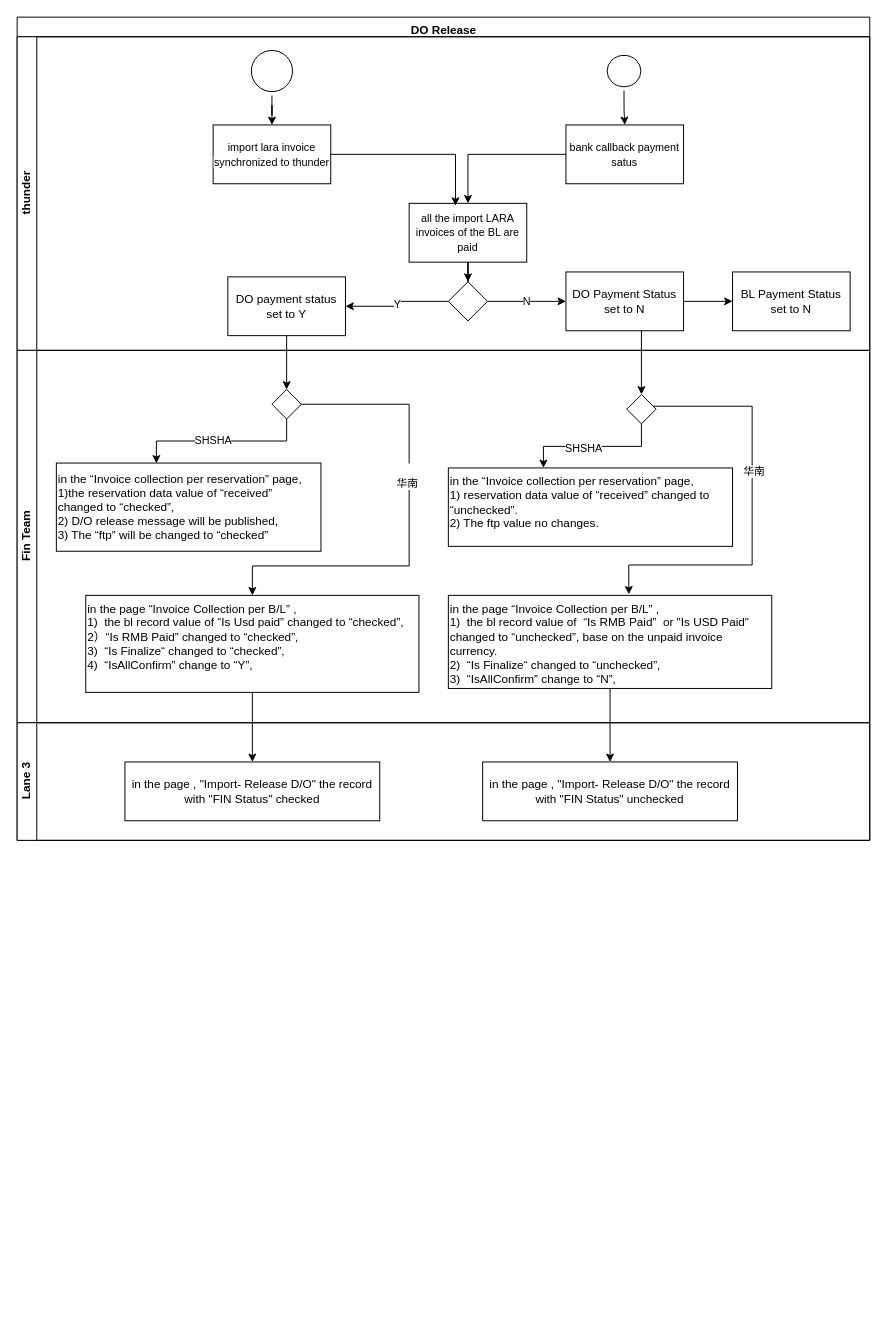
Earlier version of the draw.io diagram do release.drawio (yi2003/diagram). Source tidied: cells renumbered, new cells numbered last; positions are measured from the earlier drawing's top-left corner, leaving out a move shared by most shapes. Both pictures are drawn from the tidied source at 98%, with x=0, y=0 at pixel (17, 17).
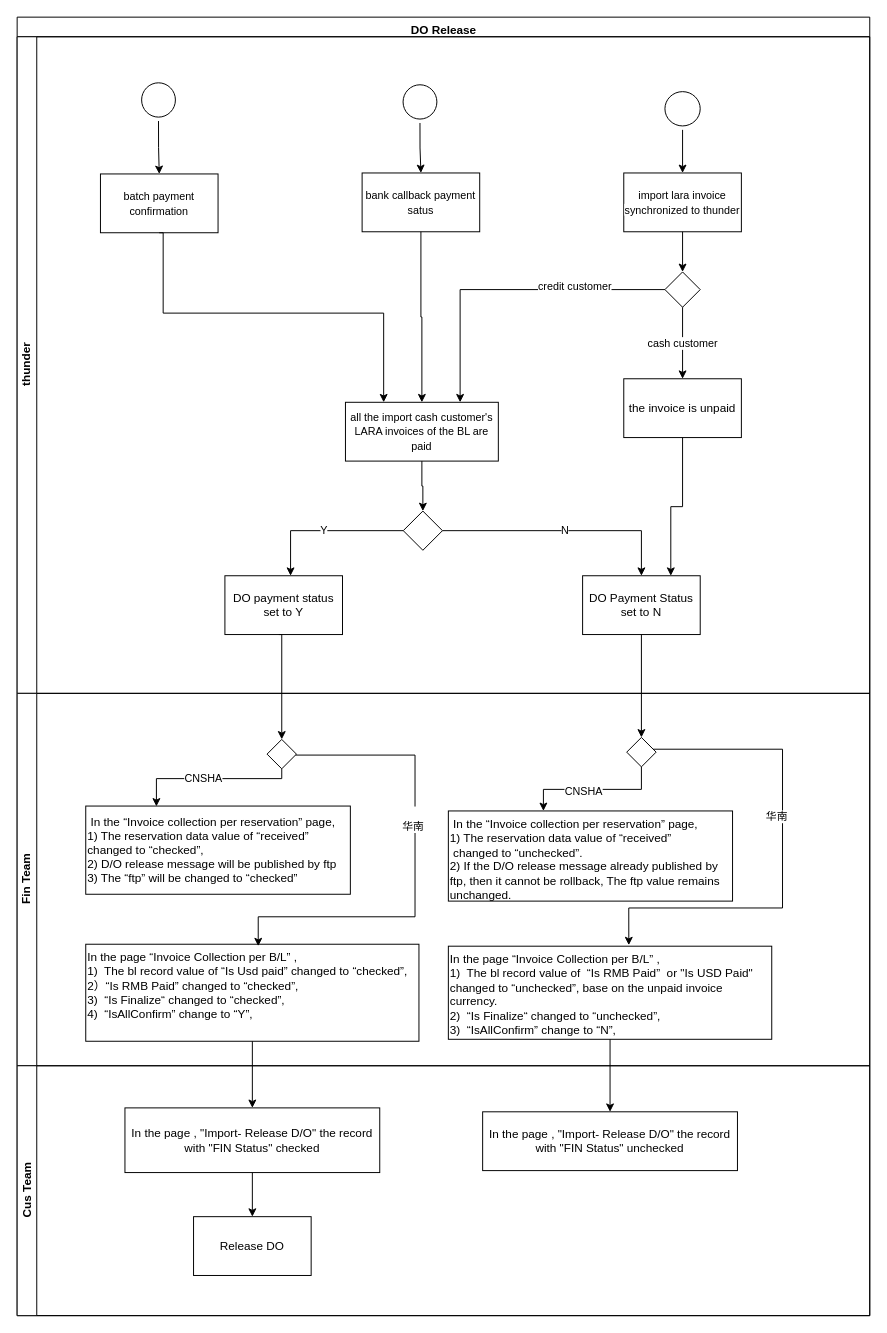
The same diagram, later.

Unchanged cells that the change refers to:
```xml
<mxCell id="29" style="edgeStyle=orthogonalEdgeStyle;rounded=0;jettySize=auto;html=1;fontColor=none;" parent="21" edge="1" source="33" target="23">
  <mxGeometry relative="1" as="geometry">
    <Array as="points">
      <mxPoint x="637" y="98" />
      <mxPoint x="537" y="98" />
    </Array>
  </mxGeometry>
</mxCell>
<mxCell id="33" style="rhombus;whiteSpace=wrap;html=1;fillColor=none;strokeColor=default;fontColor=none;" parent="21" vertex="1">
  <mxGeometry x="622" y="45" width="30" height="30" as="geometry" />
</mxCell>
```

Change to the diagram source:
```diff
@@
     <mxCell id="2" value="DO Release" style="swimlane;horizontal=1;startSize=20;html=1;align=center;verticalAlign=top;" parent="1" vertex="1">
-      <mxGeometry width="870" height="840" as="geometry" />
+      <mxGeometry width="870" height="1325" as="geometry" />
     </mxCell>
     <mxCell id="3" value="thunder" style="swimlane;startSize=20;horizontal=0;html=1;" parent="2" vertex="1">
-      <mxGeometry y="20" width="870" height="320" as="geometry" />
+      <mxGeometry y="20" width="870" height="670" as="geometry" />
     </mxCell>
@@
     <mxCell id="5" style="ellipse;html=1;shape=startState;fillColor=none;strokeColor=default;" parent="3" vertex="1">
-      <mxGeometry x="235" y="10" width="50" height="50" as="geometry" />
+      <mxGeometry x="657" y="52" width="44" height="43" as="geometry" />
     </mxCell>
-    <mxCell id="6" style="edgeStyle=orthogonalEdgeStyle;rounded=0;jettySize=auto;html=1;entryX=0.394;entryY=0.039;entryDx=0;entryDy=0;entryPerimeter=0;" parent="3" edge="1" source="7" target="19">
-      <mxGeometry relative="1" as="geometry" />
-    </mxCell>
+    <mxCell id="42" style="edgeStyle=orthogonalEdgeStyle;rounded=0;jettySize=auto;html=1;" parent="3" edge="1" source="7" target="47">
+      <mxGeometry relative="1" as="geometry" />
+    </mxCell>
     <mxCell id="7" value="&lt;span style=&quot;font-size: 11px; background-color: rgb(255, 255, 255);&quot;&gt;import lara invoice synchronized to thunder&lt;/span&gt;" style="whiteSpace=wrap;html=1;fillColor=none;strokeColor=default;" parent="3" vertex="1">
-      <mxGeometry x="200" y="90" width="120" height="60" as="geometry" />
+      <mxGeometry x="619" y="139" width="120" height="60" as="geometry" />
     </mxCell>
     <mxCell id="8" value="Y" style="edgeStyle=orthogonalEdgeStyle;rounded=0;jettySize=auto;html=1;" parent="3" edge="1" source="10" target="11">
-      <mxGeometry relative="1" as="geometry" />
+      <mxGeometry relative="1" as="geometry">
+        <Array as="points">
+          <mxPoint x="279" y="504" />
+        </Array>
+      </mxGeometry>
     </mxCell>
@@
     <mxCell id="10" style="rhombus;whiteSpace=wrap;html=1;fillColor=none;strokeColor=default;" parent="3" vertex="1">
-      <mxGeometry x="440" y="250" width="40" height="40" as="geometry" />
+      <mxGeometry x="394" y="484" width="40" height="40" as="geometry" />
     </mxCell>
     <mxCell id="11" value="DO payment status set to Y" style="whiteSpace=wrap;html=1;fillColor=none;strokeColor=default;" parent="3" vertex="1">
-      <mxGeometry x="215" y="245" width="120" height="60" as="geometry" />
+      <mxGeometry x="212" y="550" width="120" height="60" as="geometry" />
     </mxCell>
-    <mxCell id="12" style="edgeStyle=orthogonalEdgeStyle;rounded=0;jettySize=auto;html=1;fontColor=none;" parent="3" edge="1" source="13" target="20">
-      <mxGeometry relative="1" as="geometry" />
-    </mxCell>
     <mxCell id="13" value="DO Payment Status set to N" style="whiteSpace=wrap;html=1;fillColor=none;strokeColor=default;" parent="3" vertex="1">
-      <mxGeometry x="560" y="240" width="120" height="60" as="geometry" />
+      <mxGeometry x="577" y="550" width="120" height="60" as="geometry" />
     </mxCell>
-    <mxCell id="14" style="edgeStyle=orthogonalEdgeStyle;rounded=0;jettySize=auto;html=1;fontColor=none;" parent="3" edge="1" source="15" target="19">
-      <mxGeometry relative="1" as="geometry" />
-    </mxCell>
+    <mxCell id="43" style="edgeStyle=orthogonalEdgeStyle;rounded=0;jettySize=auto;html=1;entryX=0.5;entryY=0;entryDx=0;entryDy=0;" parent="3" edge="1" source="15" target="51">
+      <mxGeometry relative="1" as="geometry" />
+    </mxCell>
     <mxCell id="15" value="&lt;span style=&quot;font-size: 11px; background-color: rgb(255, 255, 255);&quot;&gt;bank callback payment satus&lt;/span&gt;" style="whiteSpace=wrap;html=1;fillColor=none;strokeColor=default;" parent="3" vertex="1">
-      <mxGeometry x="560" y="90" width="120" height="60" as="geometry" />
+      <mxGeometry x="352" y="139" width="120" height="60" as="geometry" />
     </mxCell>
@@
     <mxCell id="17" style="ellipse;html=1;shape=startState;fillColor=none;strokeColor=default;fontColor=none;noLabel=1;" parent="3" vertex="1">
-      <mxGeometry x="598" y="15" width="42.5" height="40" as="geometry" />
+      <mxGeometry x="389.8" y="45" width="42.5" height="43" as="geometry" />
     </mxCell>
-    <mxCell id="18" style="edgeStyle=orthogonalEdgeStyle;rounded=0;jettySize=auto;html=1;entryX=0.5;entryY=0;entryDx=0;entryDy=0;fontColor=none;" parent="3" edge="1" source="19" target="10">
-      <mxGeometry relative="1" as="geometry" />
-    </mxCell>
-    <mxCell id="19" value="&lt;span style=&quot;font-size: 11px; background-color: rgb(255, 255, 255);&quot;&gt;all the import LARA invoices of the BL are paid&lt;/span&gt;" style="rounded=0;whiteSpace=wrap;html=1;strokeColor=default;fontColor=none;fillColor=none;" parent="3" vertex="1">
-      <mxGeometry x="400" y="170" width="120" height="60" as="geometry" />
-    </mxCell>
-    <mxCell id="20" value="BL Payment Status set to N" style="whiteSpace=wrap;html=1;fillColor=none;strokeColor=default;" parent="3" vertex="1">
-      <mxGeometry x="730" y="240" width="120" height="60" as="geometry" />
-    </mxCell>
+    <mxCell id="44" value="cash customer" style="edgeStyle=orthogonalEdgeStyle;rounded=0;jettySize=auto;html=1;" parent="3" edge="1" source="47" target="49">
+      <mxGeometry relative="1" as="geometry" />
+    </mxCell>
+    <mxCell id="45" style="edgeStyle=orthogonalEdgeStyle;rounded=0;jettySize=auto;html=1;entryX=0.75;entryY=0;entryDx=0;entryDy=0;" parent="3" edge="1" source="47" target="51">
+      <mxGeometry relative="1" as="geometry" />
+    </mxCell>
+    <mxCell id="46" value="credit customer" style="edgeLabel;html=1;align=center;verticalAlign=middle;" parent="45" vertex="1">
+      <mxGeometry x="-0.43" y="-4" relative="1" as="geometry">
+        <mxPoint x="-1" as="offset" />
+      </mxGeometry>
+    </mxCell>
+    <mxCell id="47" style="rhombus;whiteSpace=wrap;html=1;fillColor=none;" parent="3" vertex="1">
+      <mxGeometry x="661" y="240" width="36" height="36" as="geometry" />
+    </mxCell>
+    <mxCell id="48" style="edgeStyle=orthogonalEdgeStyle;rounded=0;jettySize=auto;html=1;entryX=0.75;entryY=0;entryDx=0;entryDy=0;" parent="3" edge="1" source="49" target="13">
+      <mxGeometry relative="1" as="geometry" />
+    </mxCell>
+    <mxCell id="49" value="the invoice is unpaid" style="whiteSpace=wrap;html=1;fillColor=none;" parent="3" vertex="1">
+      <mxGeometry x="619" y="349" width="120" height="60" as="geometry" />
+    </mxCell>
+    <mxCell id="50" style="edgeStyle=orthogonalEdgeStyle;rounded=0;jettySize=auto;html=1;entryX=0.5;entryY=0;entryDx=0;entryDy=0;" parent="3" edge="1" source="51" target="10">
+      <mxGeometry relative="1" as="geometry" />
+    </mxCell>
+    <mxCell id="51" value="&lt;span style=&quot;font-size: 11px;&quot;&gt;all the import cash customer's LARA invoices of the BL are paid&lt;/span&gt;" style="whiteSpace=wrap;html=1;fillColor=none;" parent="3" vertex="1">
+      <mxGeometry x="335" y="373" width="156" height="60" as="geometry" />
+    </mxCell>
+    <mxCell id="52" style="ellipse;html=1;shape=startState;fillColor=none;strokeColor=default;fontColor=none;noLabel=1;" parent="3" vertex="1">
+      <mxGeometry x="123" y="43" width="42.5" height="43" as="geometry" />
+    </mxCell>
     <mxCell id="21" value="Fin Team" style="swimlane;startSize=20;horizontal=0;html=1;" parent="2" vertex="1">
-      <mxGeometry y="340" width="870" height="380" as="geometry" />
+      <mxGeometry y="690" width="870" height="380" as="geometry" />
     </mxCell>
-    <mxCell id="22" value="&lt;span lang=&quot;EN-US&quot;&gt;in the “Invoice collection per reservation” page,&lt;br&gt;1)the reservation data value of “received” changed to “checked”, &lt;br&gt;2) D/O release message will be published, &lt;br&gt;&lt;div style=&quot;&quot;&gt;&lt;span style=&quot;background-color: initial;&quot;&gt;3) The “ftp” will be changed to “&lt;/span&gt;checked&lt;span style=&quot;background-color: initial;&quot;&gt;”&lt;/span&gt;&lt;/div&gt;&lt;/span&gt;" style="whiteSpace=wrap;html=1;fillColor=none;strokeColor=default;align=left;" parent="21" vertex="1">
-      <mxGeometry x="40" y="115" width="270" height="90" as="geometry" />
+    <mxCell id="22" value="&lt;span lang=&quot;EN-US&quot;&gt;&amp;nbsp;In the “Invoice collection per reservation” page,&lt;br&gt;1) The reservation data value of “received” changed to “checked”, &lt;br&gt;2) D/O release message will be published by ftp&lt;br&gt;&lt;div style=&quot;&quot;&gt;&lt;span style=&quot;background-color: initial;&quot;&gt;3) The “ftp” will be changed to “&lt;/span&gt;checked&lt;span style=&quot;background-color: initial;&quot;&gt;”&lt;/span&gt;&lt;/div&gt;&lt;/span&gt;" style="whiteSpace=wrap;html=1;fillColor=none;strokeColor=default;align=left;" parent="21" vertex="1">
+      <mxGeometry x="70" y="115" width="270" height="90" as="geometry" />
     </mxCell>
-    <mxCell id="23" value="&lt;span lang=&quot;EN-US&quot;&gt;in the “Invoice collection per reservation” page,&lt;br&gt;1) reservation data value of “received” changed to&lt;br&gt;“unchecked”.&lt;br&gt;2) The ftp value no changes.&lt;/span&gt;" style="whiteSpace=wrap;html=1;fillColor=none;strokeColor=default;align=left;verticalAlign=top;" parent="21" vertex="1">
-      <mxGeometry x="440" y="120" width="290" height="80" as="geometry" />
+    <mxCell id="23" value="&lt;span lang=&quot;EN-US&quot;&gt;&amp;nbsp;In the “Invoice collection per reservation” page,&lt;br&gt;1) The reservation data value of “received”&lt;br&gt;&amp;nbsp;changed to “unchecked”.&lt;br&gt;2) If the D/O release message already published by ftp, then it cannot be rollback, The ftp value remains unchanged.&lt;/span&gt;" style="whiteSpace=wrap;html=1;fillColor=none;strokeColor=default;align=left;verticalAlign=top;" parent="21" vertex="1">
+      <mxGeometry x="440" y="120" width="290" height="92" as="geometry" />
     </mxCell>
-    <mxCell id="24" style="edgeStyle=orthogonalEdgeStyle;rounded=0;jettySize=auto;html=1;entryX=0.378;entryY=0.004;entryDx=0;entryDy=0;entryPerimeter=0;fontColor=none;" parent="21" edge="1" source="26" target="22">
-      <mxGeometry relative="1" as="geometry" />
+    <mxCell id="24" style="edgeStyle=orthogonalEdgeStyle;rounded=0;orthogonalLoop=1;jettySize=auto;html=1;entryX=0.378;entryY=0.004;entryDx=0;entryDy=0;entryPerimeter=0;fontColor=none;" parent="21" edge="1">
+      <mxGeometry relative="1" as="geometry">
+        <mxPoint x="270" y="77" as="sourcePoint" />
+        <mxPoint x="142.1" y="115.4" as="targetPoint" />
+        <Array as="points">
+          <mxPoint x="270" y="87" />
+          <mxPoint x="142" y="87" />
+        </Array>
+      </mxGeometry>
     </mxCell>
-    <mxCell id="25" value="SHSHA" style="edgeLabel;html=1;align=center;verticalAlign=middle;fontColor=none;" parent="24" vertex="1">
+    <mxCell id="25" value="CNSHA" style="edgeLabel;html=1;align=center;verticalAlign=middle;fontColor=none;" parent="24" vertex="1">
       <mxGeometry x="0.1" y="-1" relative="1" as="geometry" />
     </mxCell>
     <mxCell id="26" style="rhombus;whiteSpace=wrap;html=1;fillColor=none;strokeColor=default;fontColor=none;" parent="21" vertex="1">
-      <mxGeometry x="260" y="40" width="30" height="30" as="geometry" />
+      <mxGeometry x="255" y="47" width="30" height="30" as="geometry" />
     </mxCell>
-    <mxCell id="27" value="&lt;span lang=&quot;EN-US&quot;&gt;in the page “Invoice Collection per B/L” , &lt;br&gt;1)&amp;nbsp; the bl record value of “Is Usd paid” changed to “checked”, &lt;br&gt;2）“Is RMB Paid” changed to “checked”, &lt;br&gt;3)&amp;nbsp; “Is Finalize&lt;/span&gt;&lt;span&gt;“ &lt;span lang=&quot;EN-US&quot;&gt;changed to “checked”,&lt;br&gt;4)&amp;nbsp; “IsAllConfirm” change to “Y”,&lt;/span&gt;&lt;/span&gt;" style="rounded=0;whiteSpace=wrap;html=1;strokeColor=default;fontColor=none;fillColor=none;align=left;verticalAlign=top;" parent="21" vertex="1">
-      <mxGeometry x="70" y="250" width="340" height="99" as="geometry" />
+    <mxCell id="27" value="&lt;span lang=&quot;EN-US&quot;&gt;In the page “Invoice Collection per B/L” , &lt;br&gt;1)&amp;nbsp; The bl record value of “Is Usd paid” changed to “checked”, &lt;br&gt;2）“Is RMB Paid” changed to “checked”, &lt;br&gt;3)&amp;nbsp; “Is Finalize&lt;/span&gt;&lt;span&gt;“ &lt;span lang=&quot;EN-US&quot;&gt;changed to “checked”,&lt;br&gt;4)&amp;nbsp; “IsAllConfirm” change to “Y”,&lt;/span&gt;&lt;/span&gt;" style="rounded=0;whiteSpace=wrap;html=1;strokeColor=default;fontColor=none;fillColor=none;align=left;verticalAlign=top;" parent="21" vertex="1">
+      <mxGeometry x="70" y="256" width="340" height="99" as="geometry" />
     </mxCell>
-    <mxCell id="28" value="&lt;br&gt;&lt;span&gt;华南&lt;/span&gt;&lt;br&gt;" style="edgeStyle=orthogonalEdgeStyle;rounded=0;jettySize=auto;html=1;fontColor=none;entryX=0.5;entryY=0;entryDx=0;entryDy=0;" parent="21" edge="1" source="26" target="27">
+    <mxCell id="28" value="&lt;br&gt;&lt;span&gt;华南&lt;/span&gt;&lt;br&gt;" style="edgeStyle=orthogonalEdgeStyle;rounded=0;orthogonalLoop=1;jettySize=auto;html=1;fontColor=none;entryX=0.5;entryY=0;entryDx=0;entryDy=0;" parent="21" edge="1">
       <mxGeometry x="-0.21" y="-2" relative="1" as="geometry">
+        <mxPoint x="284" y="63" as="sourcePoint" />
+        <mxPoint x="246" y="258" as="targetPoint" />
         <Array as="points">
-          <mxPoint x="400" y="55" />
-          <mxPoint x="400" y="220" />
-          <mxPoint x="240" y="220" />
+          <mxPoint x="406" y="63" />
+          <mxPoint x="406" y="228" />
+          <mxPoint x="246" y="228" />
         </Array>
       </mxGeometry>
     </mxCell>
@@
-    <mxCell id="30" value="SHSHA" style="edgeLabel;html=1;align=center;verticalAlign=middle;fontColor=none;" parent="29" vertex="1">
+    <mxCell id="30" value="CNSHA" style="edgeLabel;html=1;align=center;verticalAlign=middle;fontColor=none;" parent="29" vertex="1">
       <mxGeometry x="0.14" y="1" relative="1" as="geometry" />
     </mxCell>
     <mxCell id="31" style="edgeStyle=orthogonalEdgeStyle;rounded=0;jettySize=auto;html=1;fontColor=none;entryX=0.558;entryY=-0.011;entryDx=0;entryDy=0;entryPerimeter=0;" parent="21" edge="1" source="33" target="34">
       <mxGeometry relative="1" as="geometry">
         <Array as="points">
-          <mxPoint x="750" y="57" />
-          <mxPoint x="750" y="219" />
+          <mxPoint x="781" y="57" />
+          <mxPoint x="781" y="219" />
           <mxPoint x="624" y="219" />
         </Array>
       </mxGeometry>
     </mxCell>
@@
-    <mxCell id="34" value="&lt;span lang=&quot;EN-US&quot;&gt;in the page “Invoice Collection per B/L” ,&lt;br&gt;1)&amp;nbsp; the bl record value of&amp;nbsp; “Is RMB Paid”&amp;nbsp; or &quot;Is USD Paid&quot; changed to “unchecked”, base on the unpaid invoice currency.&lt;br&gt;2)&amp;nbsp; “Is Finalize&lt;/span&gt;“&amp;nbsp;&lt;span lang=&quot;EN-US&quot;&gt;changed to “unchecked”,&lt;br&gt;3)&amp;nbsp; “IsAllConfirm” change to “N”,&lt;/span&gt;" style="rounded=0;whiteSpace=wrap;html=1;strokeColor=default;fontColor=none;fillColor=none;align=left;verticalAlign=top;" parent="21" vertex="1">
-      <mxGeometry x="440" y="250" width="330" height="95" as="geometry" />
+    <mxCell id="34" value="&lt;span lang=&quot;EN-US&quot;&gt;In the page “Invoice Collection per B/L” ,&lt;br&gt;1)&amp;nbsp; The bl record value of&amp;nbsp; “Is RMB Paid”&amp;nbsp; or &quot;Is USD Paid&quot; changed to “unchecked”, base on the unpaid invoice currency.&lt;br&gt;2)&amp;nbsp; “Is Finalize&lt;/span&gt;“&amp;nbsp;&lt;span lang=&quot;EN-US&quot;&gt;changed to “unchecked”,&lt;br&gt;3)&amp;nbsp; “IsAllConfirm” change to “N”,&lt;/span&gt;" style="rounded=0;whiteSpace=wrap;html=1;strokeColor=default;fontColor=none;fillColor=none;align=left;verticalAlign=top;" parent="21" vertex="1">
+      <mxGeometry x="440" y="258" width="330" height="95" as="geometry" />
     </mxCell>
+    <mxCell id="38" style="edgeStyle=orthogonalEdgeStyle;rounded=0;jettySize=auto;html=1;fontColor=none;entryX=0.5;entryY=0;entryDx=0;entryDy=0;" parent="2" edge="1" target="26">
+      <mxGeometry relative="1" as="geometry">
+        <mxPoint x="267" y="630" as="sourcePoint" />
+        <Array as="points">
+          <mxPoint x="270" y="630" />
+          <mxPoint x="270" y="730" />
+        </Array>
+      </mxGeometry>
+    </mxCell>
+    <mxCell id="41" style="edgeStyle=orthogonalEdgeStyle;rounded=0;jettySize=auto;html=1;fontColor=none;entryX=0.5;entryY=0;entryDx=0;entryDy=0;" parent="2" edge="1" source="34" target="37">
+      <mxGeometry relative="1" as="geometry" />
+    </mxCell>
+    <mxCell id="39" style="edgeStyle=orthogonalEdgeStyle;rounded=0;jettySize=auto;html=1;fontColor=none;" parent="2" edge="1" source="27" target="36">
+      <mxGeometry relative="1" as="geometry" />
+    </mxCell>
-    <mxCell id="35" value="Lane 3" style="swimlane;startSize=20;horizontal=0;html=1;" parent="2" vertex="1">
-      <mxGeometry y="720" width="870" height="120" as="geometry" />
+    <mxCell id="35" value="Cus Team" style="swimlane;startSize=20;horizontal=0;html=1;" parent="2" vertex="1">
+      <mxGeometry y="1070" width="870" height="255" as="geometry" />
     </mxCell>
+    <mxCell id="37" value="&lt;span lang=&quot;EN-US&quot;&gt;In the page , &quot;Import- Release D/O&quot; the record with &quot;FIN Status&quot; unchecked&lt;/span&gt;" style="rounded=0;whiteSpace=wrap;html=1;strokeColor=default;fontColor=none;fillColor=none;" parent="35" vertex="1">
+      <mxGeometry x="475" y="47" width="260" height="60" as="geometry" />
+    </mxCell>
+    <mxCell id="53" style="edgeStyle=orthogonalEdgeStyle;rounded=0;jettySize=auto;html=1;" parent="35" edge="1" source="36" target="54">
+      <mxGeometry relative="1" as="geometry" />
+    </mxCell>
-    <mxCell id="36" value="&lt;span lang=&quot;EN-US&quot;&gt;in the page , &quot;Import- Release D/O&quot; the record with &quot;FIN Status&quot; checked&lt;/span&gt;" style="rounded=0;whiteSpace=wrap;html=1;strokeColor=default;fontColor=none;fillColor=none;" parent="35" vertex="1">
-      <mxGeometry x="110" y="40" width="260" height="60" as="geometry" />
+    <mxCell id="36" value="&lt;span lang=&quot;EN-US&quot;&gt;In the page , &quot;Import- Release D/O&quot; the record with &quot;FIN Status&quot; checked&lt;/span&gt;" style="rounded=0;whiteSpace=wrap;html=1;strokeColor=default;fontColor=none;fillColor=none;" parent="35" vertex="1">
+      <mxGeometry x="110" y="43" width="260" height="66" as="geometry" />
     </mxCell>
-    <mxCell id="37" value="&lt;span lang=&quot;EN-US&quot;&gt;in the page , &quot;Import- Release D/O&quot; the record with &quot;FIN Status&quot; unchecked&lt;/span&gt;" style="rounded=0;whiteSpace=wrap;html=1;strokeColor=default;fontColor=none;fillColor=none;" parent="35" vertex="1">
-      <mxGeometry x="475" y="40" width="260" height="60" as="geometry" />
-    </mxCell>
-    <mxCell id="38" style="edgeStyle=orthogonalEdgeStyle;rounded=0;jettySize=auto;html=1;fontColor=none;" parent="2" edge="1" source="11" target="26">
-      <mxGeometry relative="1" as="geometry" />
-    </mxCell>
-    <mxCell id="39" style="edgeStyle=orthogonalEdgeStyle;rounded=0;jettySize=auto;html=1;fontColor=none;" parent="2" edge="1" source="27" target="36">
-      <mxGeometry relative="1" as="geometry" />
-    </mxCell>
+    <mxCell id="54" value="Release DO" style="whiteSpace=wrap;html=1;fillColor=none;fontColor=none;rounded=0;" parent="35" vertex="1">
+      <mxGeometry x="180" y="154" width="120" height="60" as="geometry" />
+    </mxCell>
-    <mxCell id="40" style="edgeStyle=orthogonalEdgeStyle;rounded=0;jettySize=auto;html=1;entryX=0.5;entryY=0;entryDx=0;entryDy=0;fontColor=none;" parent="2" edge="1" source="13" target="33">
-      <mxGeometry relative="1" as="geometry">
-        <Array as="points">
-          <mxPoint x="637" y="345" />
-          <mxPoint x="637" y="345" />
-        </Array>
-      </mxGeometry>
+    <mxCell id="40" style="edgeStyle=orthogonalEdgeStyle;rounded=0;jettySize=auto;html=1;entryX=0.5;entryY=0;entryDx=0;entryDy=0;" parent="2" edge="1" source="13" target="33">
+      <mxGeometry relative="1" as="geometry" />
     </mxCell>
-    <mxCell id="41" style="edgeStyle=orthogonalEdgeStyle;rounded=0;jettySize=auto;html=1;fontColor=none;entryX=0.5;entryY=0;entryDx=0;entryDy=0;" parent="2" edge="1" source="34" target="37">
-      <mxGeometry relative="1" as="geometry" />
-    </mxCell>
+    <mxCell id="55" style="edgeStyle=orthogonalEdgeStyle;rounded=0;jettySize=auto;html=1;entryX=0.25;entryY=0;entryDx=0;entryDy=0;exitX=0.5;exitY=1;exitDx=0;exitDy=0;" parent="1" edge="1" source="56" target="51">
+      <mxGeometry relative="1" as="geometry">
+        <Array as="points">
+          <mxPoint x="149" y="220" />
+          <mxPoint x="149" y="302" />
+          <mxPoint x="374" y="302" />
+        </Array>
+      </mxGeometry>
+    </mxCell>
+    <mxCell id="56" value="&lt;span style=&quot;font-size: 11px;&quot;&gt;batch payment confirmation&lt;/span&gt;" style="whiteSpace=wrap;html=1;fillColor=none;strokeColor=default;" parent="1" vertex="1">
+      <mxGeometry x="85" y="160" width="120" height="60" as="geometry" />
+    </mxCell>
+    <mxCell id="57" style="edgeStyle=orthogonalEdgeStyle;rounded=0;jettySize=auto;html=1;" parent="1" edge="1" source="52" target="56">
+      <mxGeometry relative="1" as="geometry" />
+    </mxCell>
```
